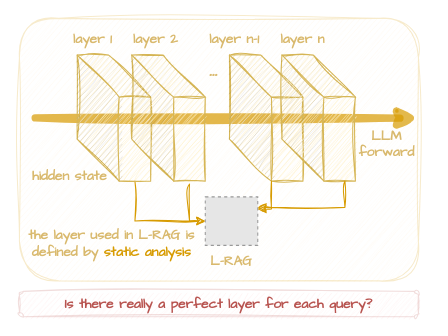
This is demonstration.drawio from Olive-2019/drawio-source, a draw.io file, before an edit. Source tidied: cells renumbered, new cells numbered last; positions are measured from the earlier drawing's top-left corner, leaving out a move shared by most shapes. Both pictures are drawn from the tidied source at 105%, with x=0, y=0 at pixel (18, 18). Pictures stored in the file or linked from it are replaced by grey dashed boxes.
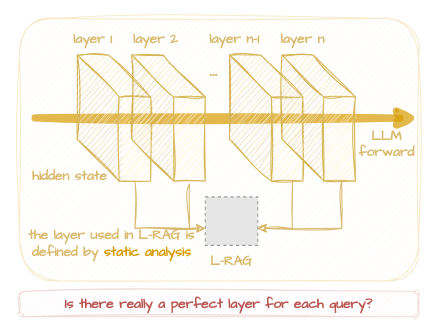
The same diagram, later.

Unchanged cells that the change refers to:
```xml
<mxCell id="4" style="fillColor=#E6E6E6;strokeColor=#999999;dashed=1;verticalLabelPosition=bottom;labelBackgroundColor=default;verticalAlign=top;" parent="1" vertex="1">
  <mxGeometry x="178" y="170" width="50" height="46.2" as="geometry" />
</mxCell>
<mxCell id="7" style="shape=cube;whiteSpace=wrap;html=1;boundedLbl=1;backgroundOutline=1;darkOpacity=0.05;darkOpacity2=0.1;size=40;flipV=0;flipH=0;sketch=1;curveFitting=1;jiggle=2;fillColor=#fff2cc;strokeColor=#d6b656;" parent="1" vertex="1">
  <mxGeometry x="56" y="35" width="70" height="120" as="geometry" />
</mxCell>
<mxCell id="13" style="shape=cube;whiteSpace=wrap;html=1;boundedLbl=1;backgroundOutline=1;darkOpacity=0.05;darkOpacity2=0.1;size=40;flipV=0;flipH=0;sketch=1;curveFitting=1;jiggle=2;fillColor=#fff2cc;strokeColor=#d6b656;" parent="1" vertex="1">
  <mxGeometry x="108" y="35" width="70" height="120" as="geometry" />
</mxCell>
<mxCell id="14" style="shape=cube;whiteSpace=wrap;html=1;boundedLbl=1;backgroundOutline=1;darkOpacity=0.05;darkOpacity2=0.1;size=40;flipV=0;flipH=0;sketch=1;curveFitting=1;jiggle=2;fillColor=#fff2cc;strokeColor=#d6b656;" parent="1" vertex="1">
  <mxGeometry x="201" y="35" width="70" height="120" as="geometry" />
</mxCell>
<mxCell id="15" style="shape=cube;whiteSpace=wrap;html=1;boundedLbl=1;backgroundOutline=1;darkOpacity=0.05;darkOpacity2=0.1;size=40;flipV=0;flipH=0;sketch=1;curveFitting=1;jiggle=2;fillColor=#fff2cc;strokeColor=#d6b656;" parent="1" vertex="1">
  <mxGeometry x="251" y="35" width="70" height="120" as="geometry" />
</mxCell>
```

The edit, as a diff of the source:
```diff
@@
-    <mxCell id="5" style="edgeStyle=orthogonalEdgeStyle;rounded=0;jettySize=auto;html=1;sketch=1;curveFitting=1;jiggle=2;fillColor=#ffe6cc;strokeColor=#d79b00;exitX=0.786;exitY=1.023;exitDx=0;exitDy=0;exitPerimeter=0;" parent="1" edge="1" source="13" target="4">
+    <mxCell id="5" style="edgeStyle=orthogonalEdgeStyle;rounded=0;jettySize=auto;html=1;sketch=1;curveFitting=1;jiggle=2;fillColor=#ffe6cc;strokeColor=#D9B96D;exitX=0.786;exitY=1.023;exitDx=0;exitDy=0;exitPerimeter=0;" parent="1" edge="1" source="13" target="4">
       <mxGeometry relative="1" as="geometry">
         <Array as="points">
-          <mxPoint x="163" y="193" />
+          <mxPoint x="163" y="200" />
         </Array>
       </mxGeometry>
     </mxCell>
-    <mxCell id="6" style="edgeStyle=orthogonalEdgeStyle;rounded=0;jettySize=auto;html=1;sketch=1;curveFitting=1;jiggle=2;fillColor=#ffe6cc;strokeColor=#d79b00;exitX=0;exitY=0;exitDx=55;exitDy=120;exitPerimeter=0;" parent="1" edge="1" source="7" target="4">
+    <mxCell id="6" style="edgeStyle=orthogonalEdgeStyle;rounded=0;jettySize=auto;html=1;sketch=1;curveFitting=1;jiggle=2;fillColor=#ffe6cc;strokeColor=#D9B96D;exitX=0;exitY=0;exitDx=55;exitDy=120;exitPerimeter=0;" parent="1" edge="1" source="7" target="4">
       <mxGeometry relative="1" as="geometry">
         <Array as="points">
-          <mxPoint x="111" y="193" />
+          <mxPoint x="111" y="200" />
         </Array>
       </mxGeometry>
     </mxCell>
@@
-    <mxCell id="16" style="edgeStyle=orthogonalEdgeStyle;rounded=0;jettySize=auto;html=1;entryX=1;entryY=0.25;entryDx=0;entryDy=0;sketch=1;jiggle=2;curveFitting=1;strokeColor=#d79b00;align=center;verticalAlign=middle;fontFamily=Helvetica;fontSize=11;fontColor=default;labelBackgroundColor=default;endArrow=classic;fillColor=#ffe6cc;" parent="1" edge="1" source="15" target="4">
-      <mxGeometry relative="1" as="geometry">
-        <Array as="points">
-          <mxPoint x="311" y="180" />
-          <mxPoint x="241" y="180" />
-          <mxPoint x="241" y="182" />
-        </Array>
-      </mxGeometry>
-    </mxCell>
@@
-    <mxCell id="18" style="edgeStyle=orthogonalEdgeStyle;rounded=0;jettySize=auto;html=1;sketch=1;jiggle=2;curveFitting=1;strokeColor=#d79b00;align=center;verticalAlign=middle;fontFamily=Helvetica;fontSize=11;fontColor=default;labelBackgroundColor=default;endArrow=classic;fillColor=#ffe6cc;" parent="1" edge="1" source="14" target="4">
+    <mxCell id="18" style="edgeStyle=orthogonalEdgeStyle;rounded=0;jettySize=auto;html=1;sketch=1;jiggle=2;curveFitting=1;strokeColor=#D9B96D;align=center;verticalAlign=middle;fontFamily=Helvetica;fontSize=11;fontColor=default;labelBackgroundColor=default;endArrow=classic;fillColor=#ffe6cc;" parent="1" edge="1" source="14" target="4">
       <mxGeometry relative="1" as="geometry">
         <Array as="points">
-          <mxPoint x="241" y="180" />
+          <mxPoint x="261" y="200" />
         </Array>
       </mxGeometry>
     </mxCell>
@@
+    <mxCell id="23" style="edgeStyle=orthogonalEdgeStyle;rounded=0;jettySize=auto;html=1;sketch=1;curveFitting=1;jiggle=2;fillColor=#ffe6cc;strokeColor=#D9B96D;exitX=0;exitY=0;exitDx=55;exitDy=120;exitPerimeter=0;" parent="1" edge="1" target="4">
+      <mxGeometry relative="1" as="geometry">
+        <mxPoint x="308" y="155" as="sourcePoint" />
+        <Array as="points">
+          <mxPoint x="308" y="200" />
+        </Array>
+      </mxGeometry>
+    </mxCell>
```
